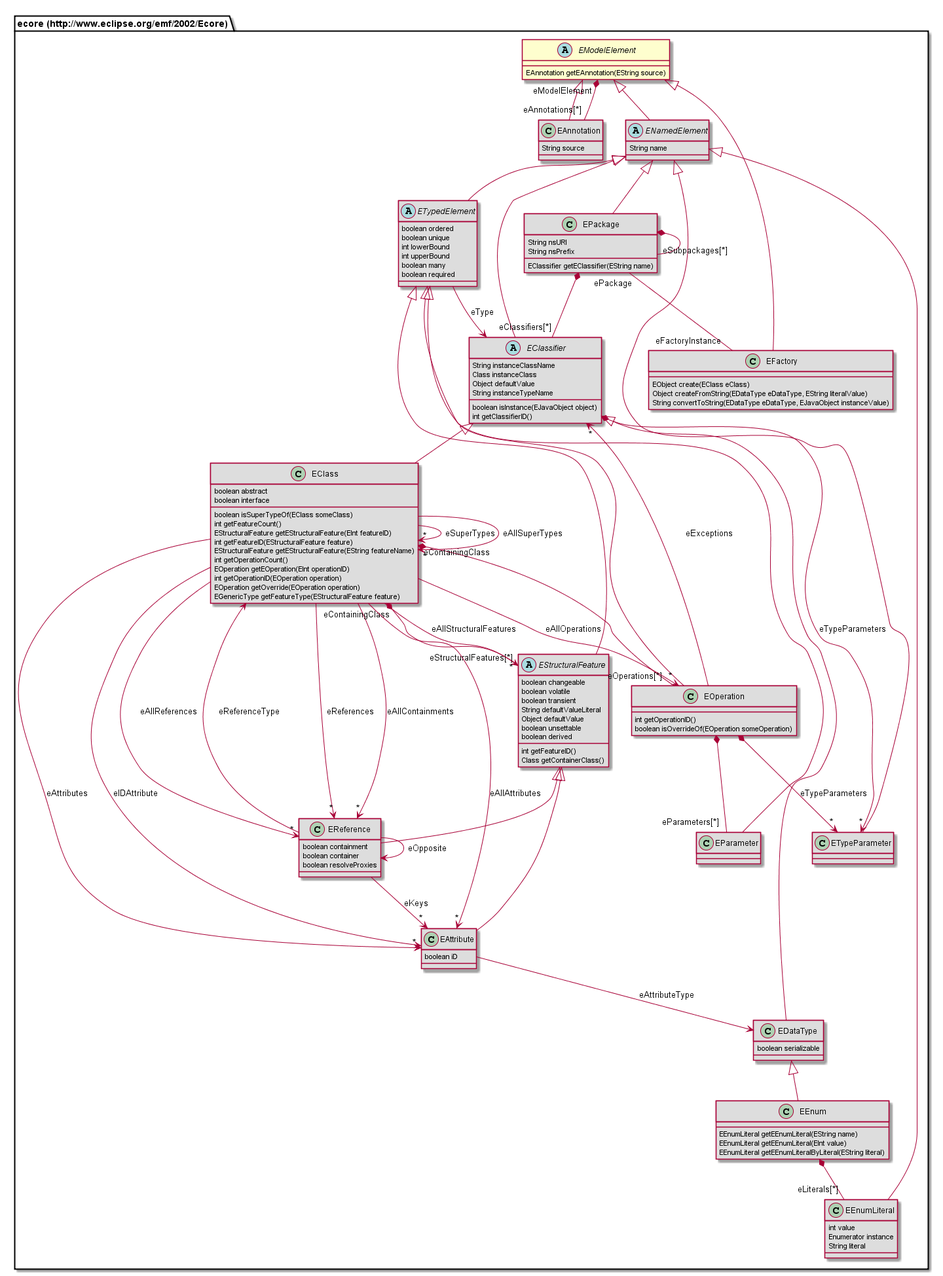
This is org.nasdanika.codegen.editor/doc/model/687474703a2f2f7777772e65636c697073652e6f72672f656d662f323030322f45636f7265/EModelElement.png from Nasdanika/codegen, a PlantUML export, as it was before one commit.
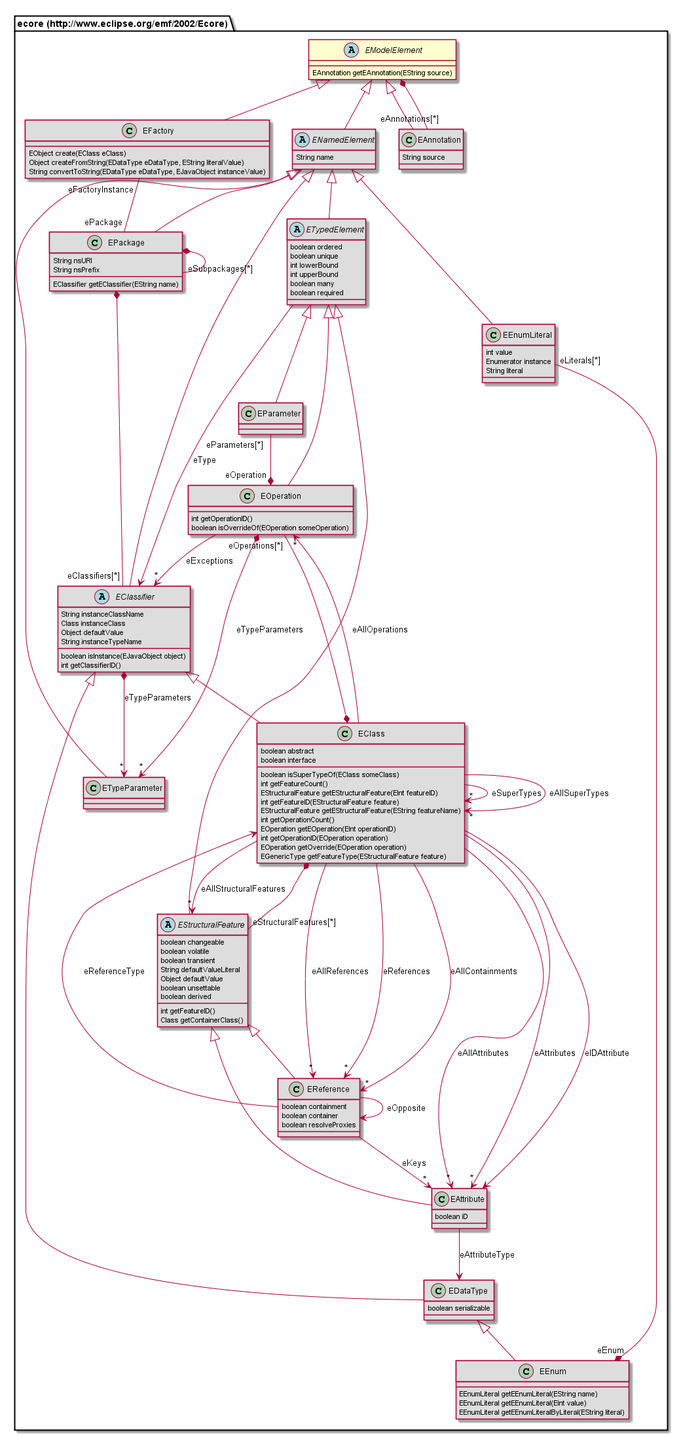
The same file after the commit.

The edit, as a diff of the source:
```diff
@@ -1,67 +1,6 @@
 @startuml
 abstract class "ecore (http://www.eclipse.org/emf/2002/Ecore).EModelElement" {
 	EAnnotation getEAnnotation(EString source)
-}
-class "ecore (http://www.eclipse.org/emf/2002/Ecore).EReference" #DDDDDD {
-	boolean containment
-	boolean container
-	boolean resolveProxies
-}
-class "ecore (http://www.eclipse.org/emf/2002/Ecore).EAnnotation" #DDDDDD {
-	String source
-}
-abstract class "ecore (http://www.eclipse.org/emf/2002/Ecore).EStructuralFeature" #DDDDDD {
-	boolean changeable
-	boolean volatile
-	boolean transient
-	String defaultValueLiteral
-	Object defaultValue
-	boolean unsettable
-	boolean derived
-	int getFeatureID()
-	Class getContainerClass()
-}
-class "ecore (http://www.eclipse.org/emf/2002/Ecore).EEnum" #DDDDDD {
-	EEnumLiteral getEEnumLiteral(EString name)
-	EEnumLiteral getEEnumLiteral(EInt value)
-	EEnumLiteral getEEnumLiteralByLiteral(EString literal)
-}
-class "ecore (http://www.eclipse.org/emf/2002/Ecore).EOperation" #DDDDDD {
-	int getOperationID()
-	boolean isOverrideOf(EOperation someOperation)
-}
-class "ecore (http://www.eclipse.org/emf/2002/Ecore).EPackage" #DDDDDD {
-	String nsURI
-	String nsPrefix
-	EClassifier getEClassifier(EString name)
-}
-abstract class "ecore (http://www.eclipse.org/emf/2002/Ecore).EClassifier" #DDDDDD {
-	String instanceClassName
-	Class instanceClass
-	Object defaultValue
-	String instanceTypeName
-	boolean isInstance(EJavaObject object)
-	int getClassifierID()
-}
-class "ecore (http://www.eclipse.org/emf/2002/Ecore).ETypeParameter" #DDDDDD {
-}
-class "ecore (http://www.eclipse.org/emf/2002/Ecore).EEnumLiteral" #DDDDDD {
-	int value
-	Enumerator instance
-	String literal
-}
-abstract class "ecore (http://www.eclipse.org/emf/2002/Ecore).ETypedElement" #DDDDDD {
-	boolean ordered
-	boolean unique
-	int lowerBound
-	int upperBound
-	boolean many
-	boolean required
-}
-class "ecore (http://www.eclipse.org/emf/2002/Ecore).EParameter" #DDDDDD {
-}
-abstract class "ecore (http://www.eclipse.org/emf/2002/Ecore).ENamedElement" #DDDDDD {
-	String name
 }
 class "ecore (http://www.eclipse.org/emf/2002/Ecore).EClass" #DDDDDD {
 	boolean abstract
@@ -77,49 +16,96 @@
 	EOperation getOverride(EOperation operation)
 	EGenericType getFeatureType(EStructuralFeature feature)
 }
+class "ecore (http://www.eclipse.org/emf/2002/Ecore).EReference" #DDDDDD {
+	boolean containment
+	boolean container
+	boolean resolveProxies
+}
+class "ecore (http://www.eclipse.org/emf/2002/Ecore).EParameter" #DDDDDD {
+}
+abstract class "ecore (http://www.eclipse.org/emf/2002/Ecore).ENamedElement" #DDDDDD {
+	String name
+}
+abstract class "ecore (http://www.eclipse.org/emf/2002/Ecore).ETypedElement" #DDDDDD {
+	boolean ordered
+	boolean unique
+	int lowerBound
+	int upperBound
+	boolean many
+	boolean required
+}
+class "ecore (http://www.eclipse.org/emf/2002/Ecore).EEnumLiteral" #DDDDDD {
+	int value
+	Enumerator instance
+	String literal
+}
 class "ecore (http://www.eclipse.org/emf/2002/Ecore).EFactory" #DDDDDD {
 	EObject create(EClass eClass)
 	Object createFromString(EDataType eDataType, EString literalValue)
 	String convertToString(EDataType eDataType, EJavaObject instanceValue)
 }
+class "ecore (http://www.eclipse.org/emf/2002/Ecore).EDataType" #DDDDDD {
+	boolean serializable
+}
+class "ecore (http://www.eclipse.org/emf/2002/Ecore).EEnum" #DDDDDD {
+	EEnumLiteral getEEnumLiteral(EString name)
+	EEnumLiteral getEEnumLiteral(EInt value)
+	EEnumLiteral getEEnumLiteralByLiteral(EString literal)
+}
+class "ecore (http://www.eclipse.org/emf/2002/Ecore).EPackage" #DDDDDD {
+	String nsURI
+	String nsPrefix
+	EClassifier getEClassifier(EString name)
+}
+abstract class "ecore (http://www.eclipse.org/emf/2002/Ecore).EStructuralFeature" #DDDDDD {
+	boolean changeable
+	boolean volatile
+	boolean transient
+	String defaultValueLiteral
+	Object defaultValue
+	boolean unsettable
+	boolean derived
+	int getFeatureID()
+	Class getContainerClass()
+}
+class "ecore (http://www.eclipse.org/emf/2002/Ecore).ETypeParameter" #DDDDDD {
+}
 class "ecore (http://www.eclipse.org/emf/2002/Ecore).EAttribute" #DDDDDD {
 	boolean iD
 }
-class "ecore (http://www.eclipse.org/emf/2002/Ecore).EDataType" #DDDDDD {
-	boolean serializable
+abstract class "ecore (http://www.eclipse.org/emf/2002/Ecore).EClassifier" #DDDDDD {
+	String instanceClassName
+	Class instanceClass
+	Object defaultValue
+	String instanceTypeName
+	boolean isInstance(EJavaObject object)
+	int getClassifierID()
 }
+class "ecore (http://www.eclipse.org/emf/2002/Ecore).EOperation" #DDDDDD {
+	int getOperationID()
+	boolean isOverrideOf(EOperation someOperation)
+}
+class "ecore (http://www.eclipse.org/emf/2002/Ecore).EAnnotation" #DDDDDD {
+	String source
+}
+"ecore (http://www.eclipse.org/emf/2002/Ecore).EClassifier" <|-- "ecore (http://www.eclipse.org/emf/2002/Ecore).EClass"
 "ecore (http://www.eclipse.org/emf/2002/Ecore).EStructuralFeature" <|-- "ecore (http://www.eclipse.org/emf/2002/Ecore).EReference"
-"ecore (http://www.eclipse.org/emf/2002/Ecore).EModelElement" <|-- "ecore (http://www.eclipse.org/emf/2002/Ecore).EAnnotation"
-"ecore (http://www.eclipse.org/emf/2002/Ecore).ETypedElement" <|-- "ecore (http://www.eclipse.org/emf/2002/Ecore).EStructuralFeature"
-"ecore (http://www.eclipse.org/emf/2002/Ecore).EDataType" <|-- "ecore (http://www.eclipse.org/emf/2002/Ecore).EEnum"
-"ecore (http://www.eclipse.org/emf/2002/Ecore).ETypedElement" <|-- "ecore (http://www.eclipse.org/emf/2002/Ecore).EOperation"
-"ecore (http://www.eclipse.org/emf/2002/Ecore).ENamedElement" <|-- "ecore (http://www.eclipse.org/emf/2002/Ecore).EPackage"
-"ecore (http://www.eclipse.org/emf/2002/Ecore).ENamedElement" <|-- "ecore (http://www.eclipse.org/emf/2002/Ecore).EClassifier"
-"ecore (http://www.eclipse.org/emf/2002/Ecore).ENamedElement" <|-- "ecore (http://www.eclipse.org/emf/2002/Ecore).ETypeParameter"
-"ecore (http://www.eclipse.org/emf/2002/Ecore).ENamedElement" <|-- "ecore (http://www.eclipse.org/emf/2002/Ecore).EEnumLiteral"
-"ecore (http://www.eclipse.org/emf/2002/Ecore).ENamedElement" <|-- "ecore (http://www.eclipse.org/emf/2002/Ecore).ETypedElement"
 "ecore (http://www.eclipse.org/emf/2002/Ecore).ETypedElement" <|-- "ecore (http://www.eclipse.org/emf/2002/Ecore).EParameter"
 "ecore (http://www.eclipse.org/emf/2002/Ecore).EModelElement" <|-- "ecore (http://www.eclipse.org/emf/2002/Ecore).ENamedElement"
-"ecore (http://www.eclipse.org/emf/2002/Ecore).EClassifier" <|-- "ecore (http://www.eclipse.org/emf/2002/Ecore).EClass"
+"ecore (http://www.eclipse.org/emf/2002/Ecore).ENamedElement" <|-- "ecore (http://www.eclipse.org/emf/2002/Ecore).ETypedElement"
+"ecore (http://www.eclipse.org/emf/2002/Ecore).ENamedElement" <|-- "ecore (http://www.eclipse.org/emf/2002/Ecore).EEnumLiteral"
 "ecore (http://www.eclipse.org/emf/2002/Ecore).EModelElement" <|-- "ecore (http://www.eclipse.org/emf/2002/Ecore).EFactory"
+"ecore (http://www.eclipse.org/emf/2002/Ecore).EClassifier" <|-- "ecore (http://www.eclipse.org/emf/2002/Ecore).EDataType"
+"ecore (http://www.eclipse.org/emf/2002/Ecore).EDataType" <|-- "ecore (http://www.eclipse.org/emf/2002/Ecore).EEnum"
+"ecore (http://www.eclipse.org/emf/2002/Ecore).ENamedElement" <|-- "ecore (http://www.eclipse.org/emf/2002/Ecore).EPackage"
+"ecore (http://www.eclipse.org/emf/2002/Ecore).ETypedElement" <|-- "ecore (http://www.eclipse.org/emf/2002/Ecore).EStructuralFeature"
+"ecore (http://www.eclipse.org/emf/2002/Ecore).ENamedElement" <|-- "ecore (http://www.eclipse.org/emf/2002/Ecore).ETypeParameter"
 "ecore (http://www.eclipse.org/emf/2002/Ecore).EStructuralFeature" <|-- "ecore (http://www.eclipse.org/emf/2002/Ecore).EAttribute"
-"ecore (http://www.eclipse.org/emf/2002/Ecore).EClassifier" <|-- "ecore (http://www.eclipse.org/emf/2002/Ecore).EDataType"
-"ecore (http://www.eclipse.org/emf/2002/Ecore).EReference" --> "ecore (http://www.eclipse.org/emf/2002/Ecore).EReference" : eOpposite
-"ecore (http://www.eclipse.org/emf/2002/Ecore).EReference" --> "ecore (http://www.eclipse.org/emf/2002/Ecore).EClass" : eReferenceType
-"ecore (http://www.eclipse.org/emf/2002/Ecore).EReference" --> "*" "ecore (http://www.eclipse.org/emf/2002/Ecore).EAttribute" : eKeys
-"ecore (http://www.eclipse.org/emf/2002/Ecore).EAnnotation" "eAnnotations[*]" --* "eModelElement" "ecore (http://www.eclipse.org/emf/2002/Ecore).EModelElement"
-"ecore (http://www.eclipse.org/emf/2002/Ecore).EStructuralFeature" "eStructuralFeatures[*]" --* "eContainingClass" "ecore (http://www.eclipse.org/emf/2002/Ecore).EClass"
-"ecore (http://www.eclipse.org/emf/2002/Ecore).EEnum" *-- "eLiterals[*]" "ecore (http://www.eclipse.org/emf/2002/Ecore).EEnumLiteral"
-"ecore (http://www.eclipse.org/emf/2002/Ecore).EOperation" "eOperations[*]" --* "eContainingClass" "ecore (http://www.eclipse.org/emf/2002/Ecore).EClass"
-"ecore (http://www.eclipse.org/emf/2002/Ecore).EOperation" *--> "*" "ecore (http://www.eclipse.org/emf/2002/Ecore).ETypeParameter" : eTypeParameters
-"ecore (http://www.eclipse.org/emf/2002/Ecore).EOperation" *-- "eParameters[*]" "ecore (http://www.eclipse.org/emf/2002/Ecore).EParameter"
-"ecore (http://www.eclipse.org/emf/2002/Ecore).EOperation" --> "*" "ecore (http://www.eclipse.org/emf/2002/Ecore).EClassifier" : eExceptions
-"ecore (http://www.eclipse.org/emf/2002/Ecore).EPackage" "ePackage" -- "eFactoryInstance" "ecore (http://www.eclipse.org/emf/2002/Ecore).EFactory"
-"ecore (http://www.eclipse.org/emf/2002/Ecore).EPackage" *-- "eClassifiers[*]" "ecore (http://www.eclipse.org/emf/2002/Ecore).EClassifier"
-"ecore (http://www.eclipse.org/emf/2002/Ecore).EPackage" *-- "eSubpackages[*]" "ecore (http://www.eclipse.org/emf/2002/Ecore).EPackage"
-"ecore (http://www.eclipse.org/emf/2002/Ecore).EClassifier" *--> "*" "ecore (http://www.eclipse.org/emf/2002/Ecore).ETypeParameter" : eTypeParameters
-"ecore (http://www.eclipse.org/emf/2002/Ecore).ETypedElement" --> "ecore (http://www.eclipse.org/emf/2002/Ecore).EClassifier" : eType
+"ecore (http://www.eclipse.org/emf/2002/Ecore).ENamedElement" <|-- "ecore (http://www.eclipse.org/emf/2002/Ecore).EClassifier"
+"ecore (http://www.eclipse.org/emf/2002/Ecore).ETypedElement" <|-- "ecore (http://www.eclipse.org/emf/2002/Ecore).EOperation"
+"ecore (http://www.eclipse.org/emf/2002/Ecore).EModelElement" <|-- "ecore (http://www.eclipse.org/emf/2002/Ecore).EAnnotation"
 "ecore (http://www.eclipse.org/emf/2002/Ecore).EClass" --> "*" "ecore (http://www.eclipse.org/emf/2002/Ecore).EClass" : eSuperTypes
+"ecore (http://www.eclipse.org/emf/2002/Ecore).EClass" *-- "eOperations[*]" "ecore (http://www.eclipse.org/emf/2002/Ecore).EOperation"
 "ecore (http://www.eclipse.org/emf/2002/Ecore).EClass" --> "*" "ecore (http://www.eclipse.org/emf/2002/Ecore).EAttribute" : eAllAttributes
 "ecore (http://www.eclipse.org/emf/2002/Ecore).EClass" --> "*" "ecore (http://www.eclipse.org/emf/2002/Ecore).EReference" : eAllReferences
 "ecore (http://www.eclipse.org/emf/2002/Ecore).EClass" --> "*" "ecore (http://www.eclipse.org/emf/2002/Ecore).EReference" : eReferences
@@ -129,5 +115,19 @@
 "ecore (http://www.eclipse.org/emf/2002/Ecore).EClass" --> "*" "ecore (http://www.eclipse.org/emf/2002/Ecore).EStructuralFeature" : eAllStructuralFeatures
 "ecore (http://www.eclipse.org/emf/2002/Ecore).EClass" --> "*" "ecore (http://www.eclipse.org/emf/2002/Ecore).EClass" : eAllSuperTypes
 "ecore (http://www.eclipse.org/emf/2002/Ecore).EClass" --> "ecore (http://www.eclipse.org/emf/2002/Ecore).EAttribute" : eIDAttribute
+"ecore (http://www.eclipse.org/emf/2002/Ecore).EClass" *-- "eStructuralFeatures[*]" "ecore (http://www.eclipse.org/emf/2002/Ecore).EStructuralFeature"
+"ecore (http://www.eclipse.org/emf/2002/Ecore).EReference" --> "ecore (http://www.eclipse.org/emf/2002/Ecore).EReference" : eOpposite
+"ecore (http://www.eclipse.org/emf/2002/Ecore).EReference" --> "ecore (http://www.eclipse.org/emf/2002/Ecore).EClass" : eReferenceType
+"ecore (http://www.eclipse.org/emf/2002/Ecore).EReference" --> "*" "ecore (http://www.eclipse.org/emf/2002/Ecore).EAttribute" : eKeys
+"ecore (http://www.eclipse.org/emf/2002/Ecore).EParameter" "eParameters[*]" --* "eOperation" "ecore (http://www.eclipse.org/emf/2002/Ecore).EOperation"
+"ecore (http://www.eclipse.org/emf/2002/Ecore).ETypedElement" --> "ecore (http://www.eclipse.org/emf/2002/Ecore).EClassifier" : eType
+"ecore (http://www.eclipse.org/emf/2002/Ecore).EEnumLiteral" "eLiterals[*]" --* "eEnum" "ecore (http://www.eclipse.org/emf/2002/Ecore).EEnum"
+"ecore (http://www.eclipse.org/emf/2002/Ecore).EFactory" "eFactoryInstance" -- "ePackage" "ecore (http://www.eclipse.org/emf/2002/Ecore).EPackage"
+"ecore (http://www.eclipse.org/emf/2002/Ecore).EPackage" *-- "eClassifiers[*]" "ecore (http://www.eclipse.org/emf/2002/Ecore).EClassifier"
+"ecore (http://www.eclipse.org/emf/2002/Ecore).EPackage" *-- "eSubpackages[*]" "ecore (http://www.eclipse.org/emf/2002/Ecore).EPackage"
+"ecore (http://www.eclipse.org/emf/2002/Ecore).EModelElement" *-- "eAnnotations[*]" "ecore (http://www.eclipse.org/emf/2002/Ecore).EAnnotation"
 "ecore (http://www.eclipse.org/emf/2002/Ecore).EAttribute" --> "ecore (http://www.eclipse.org/emf/2002/Ecore).EDataType" : eAttributeType
+"ecore (http://www.eclipse.org/emf/2002/Ecore).EClassifier" *--> "*" "ecore (http://www.eclipse.org/emf/2002/Ecore).ETypeParameter" : eTypeParameters
+"ecore (http://www.eclipse.org/emf/2002/Ecore).EOperation" *--> "*" "ecore (http://www.eclipse.org/emf/2002/Ecore).ETypeParameter" : eTypeParameters
+"ecore (http://www.eclipse.org/emf/2002/Ecore).EOperation" --> "*" "ecore (http://www.eclipse.org/emf/2002/Ecore).EClassifier" : eExceptions
 @enduml
```
